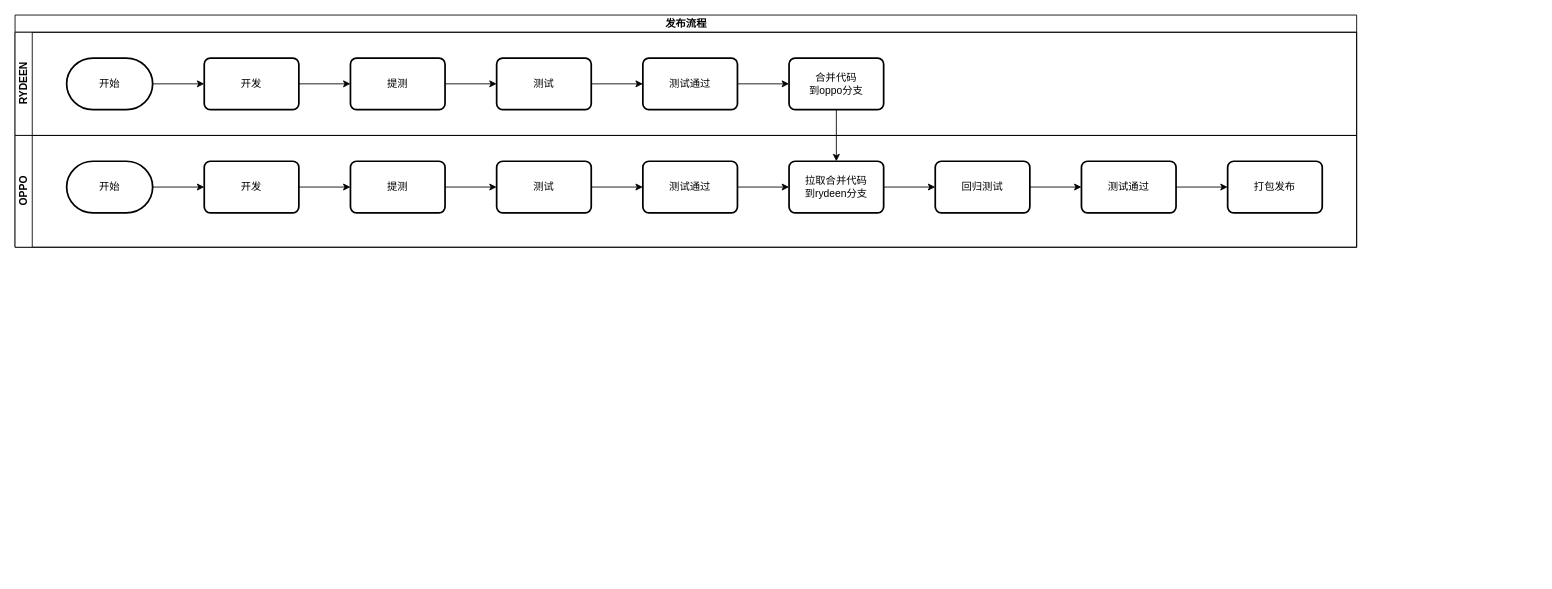
The draw.io diagram app的发布流程图.drawio in Hantron/jira, before the edit. Source tidied: cells renumbered, new cells numbered last; positions are measured from the earlier drawing's top-left corner, leaving out a move shared by most shapes. Both pictures are drawn from the tidied source at 86%, with x=0, y=0 at pixel (15, 15).
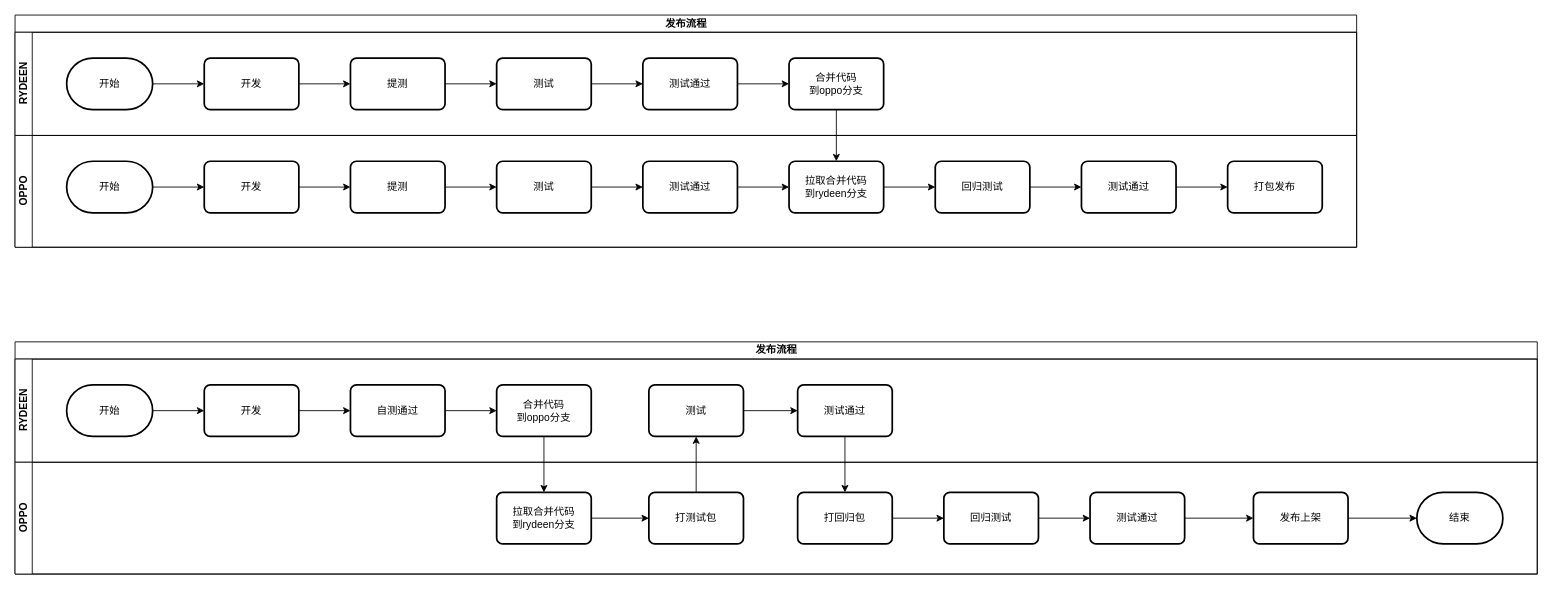
The same diagram, later.

Commit message (it also covers changes not shown here):
更新app的发布流程图.drawio

The edit, as a diff of the source:
```diff
@@
+    <mxCell id="34" value="发布流程" style="swimlane;horizontal=1;startSize=20;html=1;" parent="1" vertex="1">
+      <mxGeometry y="380" width="1770" height="270" as="geometry" />
+    </mxCell>
+    <mxCell id="35" value="RYDEEN" style="swimlane;startSize=20;horizontal=0;html=1;" parent="34" vertex="1">
+      <mxGeometry y="20" width="1770" height="120" as="geometry" />
+    </mxCell>
+    <mxCell id="36" style="edgeStyle=orthogonalEdgeStyle;rounded=0;jettySize=auto;html=1;" parent="35" edge="1" source="37" target="39">
+      <mxGeometry relative="1" as="geometry" />
+    </mxCell>
+    <mxCell id="37" value="开始" style="strokeWidth=2;html=1;shape=mxgraph.flowchart.terminator;whiteSpace=wrap;" parent="35" vertex="1">
+      <mxGeometry x="60" y="30" width="100" height="60" as="geometry" />
+    </mxCell>
+    <mxCell id="38" style="edgeStyle=orthogonalEdgeStyle;rounded=0;jettySize=auto;html=1;" parent="35" edge="1" source="39" target="41">
+      <mxGeometry relative="1" as="geometry" />
+    </mxCell>
+    <mxCell id="39" value="开发" style="rounded=1;whiteSpace=wrap;html=1;absoluteArcSize=1;arcSize=14;strokeWidth=2;" parent="35" vertex="1">
+      <mxGeometry x="220" y="30" width="110" height="60" as="geometry" />
+    </mxCell>
+    <mxCell id="40" style="edgeStyle=orthogonalEdgeStyle;rounded=0;jettySize=auto;html=1;" parent="35" edge="1" source="41" target="42">
+      <mxGeometry relative="1" as="geometry" />
+    </mxCell>
+    <mxCell id="41" value="自测通过" style="rounded=1;whiteSpace=wrap;html=1;absoluteArcSize=1;arcSize=14;strokeWidth=2;" parent="35" vertex="1">
+      <mxGeometry x="390" y="30" width="110" height="60" as="geometry" />
+    </mxCell>
+    <mxCell id="42" value="合并代码&lt;div&gt;到oppo分支&lt;/div&gt;" style="rounded=1;whiteSpace=wrap;html=1;absoluteArcSize=1;arcSize=14;strokeWidth=2;" parent="35" vertex="1">
+      <mxGeometry x="560" y="30" width="110" height="60" as="geometry" />
+    </mxCell>
+    <mxCell id="43" style="edgeStyle=orthogonalEdgeStyle;rounded=0;jettySize=auto;html=1;" parent="35" edge="1" source="44" target="45">
+      <mxGeometry relative="1" as="geometry" />
+    </mxCell>
+    <mxCell id="44" value="测试" style="rounded=1;whiteSpace=wrap;html=1;absoluteArcSize=1;arcSize=14;strokeWidth=2;" parent="35" vertex="1">
+      <mxGeometry x="737" y="30" width="110" height="60" as="geometry" />
+    </mxCell>
+    <mxCell id="45" value="测试通过" style="rounded=1;whiteSpace=wrap;html=1;absoluteArcSize=1;arcSize=14;strokeWidth=2;" parent="35" vertex="1">
+      <mxGeometry x="910" y="30" width="110" height="60" as="geometry" />
+    </mxCell>
+    <mxCell id="46" value="OPPO" style="swimlane;startSize=20;horizontal=0;html=1;" parent="34" vertex="1">
+      <mxGeometry y="140" width="1770" height="130" as="geometry" />
+    </mxCell>
+    <mxCell id="47" style="edgeStyle=orthogonalEdgeStyle;rounded=0;jettySize=auto;html=1;entryX=0;entryY=0.5;entryDx=0;entryDy=0;" parent="46" edge="1" source="48" target="49">
+      <mxGeometry relative="1" as="geometry" />
+    </mxCell>
+    <mxCell id="48" value="拉取合并代码&lt;div&gt;到rydeen分支&lt;/div&gt;" style="rounded=1;whiteSpace=wrap;html=1;absoluteArcSize=1;arcSize=14;strokeWidth=2;" parent="46" vertex="1">
+      <mxGeometry x="560" y="35" width="110" height="60" as="geometry" />
+    </mxCell>
+    <mxCell id="49" value="打测试包" style="rounded=1;whiteSpace=wrap;html=1;absoluteArcSize=1;arcSize=14;strokeWidth=2;" parent="46" vertex="1">
+      <mxGeometry x="737" y="35" width="110" height="60" as="geometry" />
+    </mxCell>
+    <mxCell id="50" style="edgeStyle=orthogonalEdgeStyle;rounded=0;jettySize=auto;html=1;" parent="46" edge="1" source="51" target="53">
+      <mxGeometry relative="1" as="geometry" />
+    </mxCell>
+    <mxCell id="51" value="打回归包" style="rounded=1;whiteSpace=wrap;html=1;absoluteArcSize=1;arcSize=14;strokeWidth=2;" parent="46" vertex="1">
+      <mxGeometry x="910" y="35" width="110" height="60" as="geometry" />
+    </mxCell>
+    <mxCell id="52" style="edgeStyle=orthogonalEdgeStyle;rounded=0;jettySize=auto;html=1;" parent="46" edge="1" source="53" target="55">
+      <mxGeometry relative="1" as="geometry" />
+    </mxCell>
+    <mxCell id="53" value="回归测试" style="rounded=1;whiteSpace=wrap;html=1;absoluteArcSize=1;arcSize=14;strokeWidth=2;" parent="46" vertex="1">
+      <mxGeometry x="1080" y="35" width="110" height="60" as="geometry" />
+    </mxCell>
+    <mxCell id="54" style="edgeStyle=orthogonalEdgeStyle;rounded=0;jettySize=auto;html=1;" parent="46" edge="1" source="55" target="57">
+      <mxGeometry relative="1" as="geometry" />
+    </mxCell>
+    <mxCell id="55" value="测试通过" style="rounded=1;whiteSpace=wrap;html=1;absoluteArcSize=1;arcSize=14;strokeWidth=2;" parent="46" vertex="1">
+      <mxGeometry x="1250" y="35" width="110" height="60" as="geometry" />
+    </mxCell>
+    <mxCell id="56" style="edgeStyle=orthogonalEdgeStyle;rounded=0;jettySize=auto;html=1;" parent="46" edge="1" source="57" target="58">
+      <mxGeometry relative="1" as="geometry" />
+    </mxCell>
+    <mxCell id="57" value="发布上架" style="rounded=1;whiteSpace=wrap;html=1;absoluteArcSize=1;arcSize=14;strokeWidth=2;" parent="46" vertex="1">
+      <mxGeometry x="1440" y="35" width="110" height="60" as="geometry" />
+    </mxCell>
+    <mxCell id="58" value="结束" style="strokeWidth=2;html=1;shape=mxgraph.flowchart.terminator;whiteSpace=wrap;" parent="46" vertex="1">
+      <mxGeometry x="1630" y="35" width="100" height="60" as="geometry" />
+    </mxCell>
+    <mxCell id="59" style="rounded=0;jettySize=auto;html=1;exitX=0.5;exitY=1;exitDx=0;exitDy=0;entryX=0.5;entryY=0;entryDx=0;entryDy=0;" parent="34" edge="1" source="42" target="48">
+      <mxGeometry relative="1" as="geometry" />
+    </mxCell>
+    <mxCell id="60" style="rounded=0;jettySize=auto;html=1;exitX=0.5;exitY=0;exitDx=0;exitDy=0;entryX=0.5;entryY=1;entryDx=0;entryDy=0;" parent="34" edge="1" source="49" target="44">
+      <mxGeometry relative="1" as="geometry" />
+    </mxCell>
+    <mxCell id="61" style="rounded=0;jettySize=auto;html=1;exitX=0.5;exitY=1;exitDx=0;exitDy=0;entryX=0.5;entryY=0;entryDx=0;entryDy=0;" parent="34" edge="1" source="45" target="51">
+      <mxGeometry relative="1" as="geometry" />
+    </mxCell>
```
